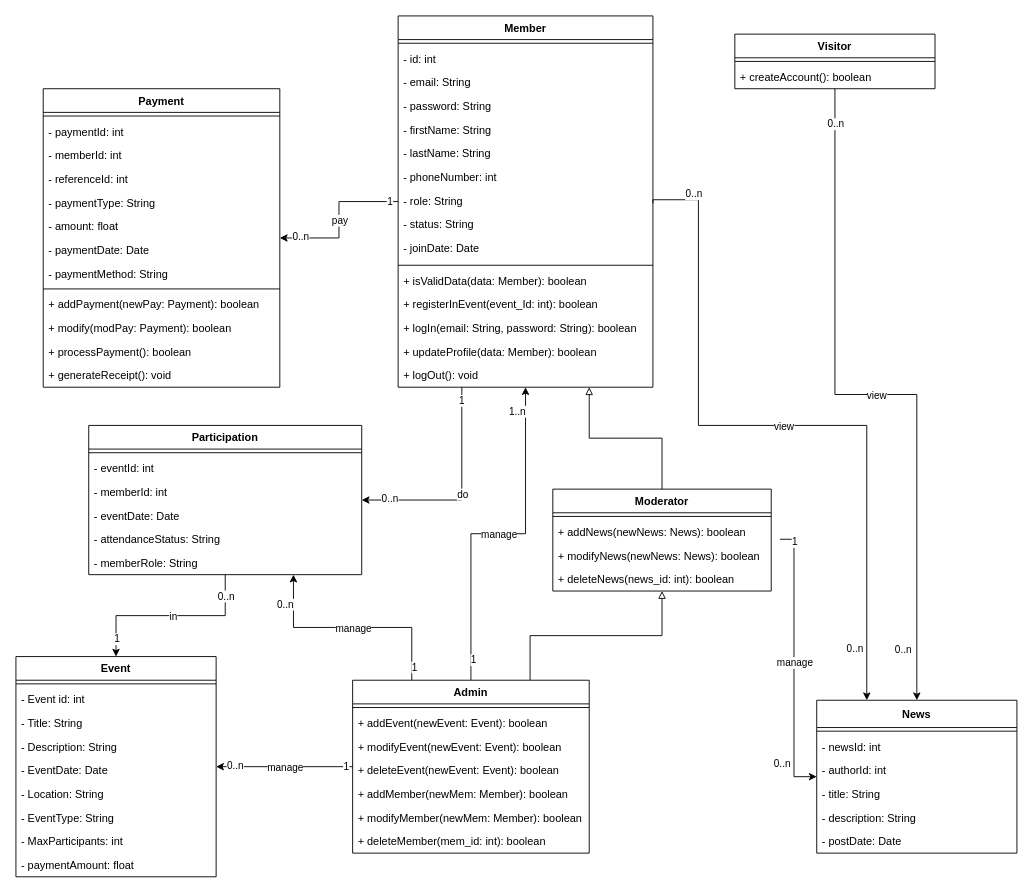
The draw.io diagram uml diagram/class.drawio in rayenbenyoussef/Jci_Manager, before the edit. Source tidied: cells renumbered, new cells numbered last; positions are measured from the earlier drawing's top-left corner, leaving out a move shared by most shapes. Both pictures are drawn from the tidied source at 91%, with x=0, y=0 at pixel (15, 15).
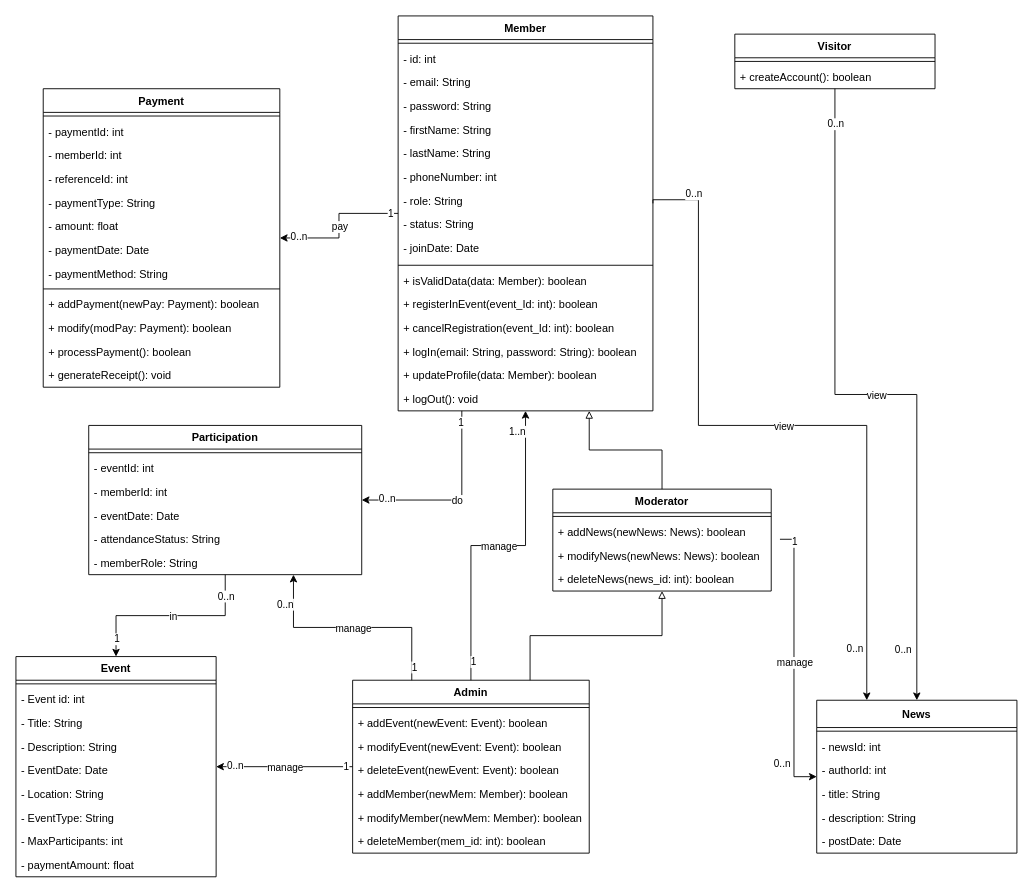
The same page after the edit.

The edit, as a diff of the source:
```diff
@@
     <mxCell id="12" value="Member" style="swimlane;fontStyle=1;horizontal=1;startSize=26;fillColor=light-dark(#FFFFFF,#004C99);" parent="1" vertex="1">
-      <mxGeometry x="420" width="280" height="408" as="geometry" />
+      <mxGeometry x="420" width="280" height="434" as="geometry" />
     </mxCell>
@@
+    <mxCell id="111" value="+ cancelRegistration(event_Id: int): boolean" style="text;strokeColor=none;fillColor=none;align=left;verticalAlign=top;spacingLeft=4;spacingRight=4;overflow=hidden;" parent="12" vertex="1">
+      <mxGeometry y="330" width="280" height="26" as="geometry" />
+    </mxCell>
     <mxCell id="26" value="+ logIn(email: String, password: String): boolean" style="text;strokeColor=none;fillColor=none;align=left;verticalAlign=top;spacingLeft=4;spacingRight=4;overflow=hidden;" parent="12" vertex="1">
-      <mxGeometry y="330" width="280" height="26" as="geometry" />
+      <mxGeometry y="356" width="280" height="26" as="geometry" />
     </mxCell>
     <mxCell id="27" value="+ updateProfile(data: Member): boolean" style="text;strokeColor=none;fillColor=none;align=left;verticalAlign=top;spacingLeft=4;spacingRight=4;overflow=hidden;" parent="12" vertex="1">
-      <mxGeometry y="356" width="280" height="26" as="geometry" />
+      <mxGeometry y="382" width="280" height="26" as="geometry" />
     </mxCell>
     <mxCell id="28" value="+ logOut(): void" style="text;strokeColor=none;fillColor=none;align=left;verticalAlign=top;spacingLeft=4;spacingRight=4;overflow=hidden;" parent="12" vertex="1">
-      <mxGeometry y="382" width="280" height="26" as="geometry" />
+      <mxGeometry y="408" width="280" height="26" as="geometry" />
     </mxCell>
```
